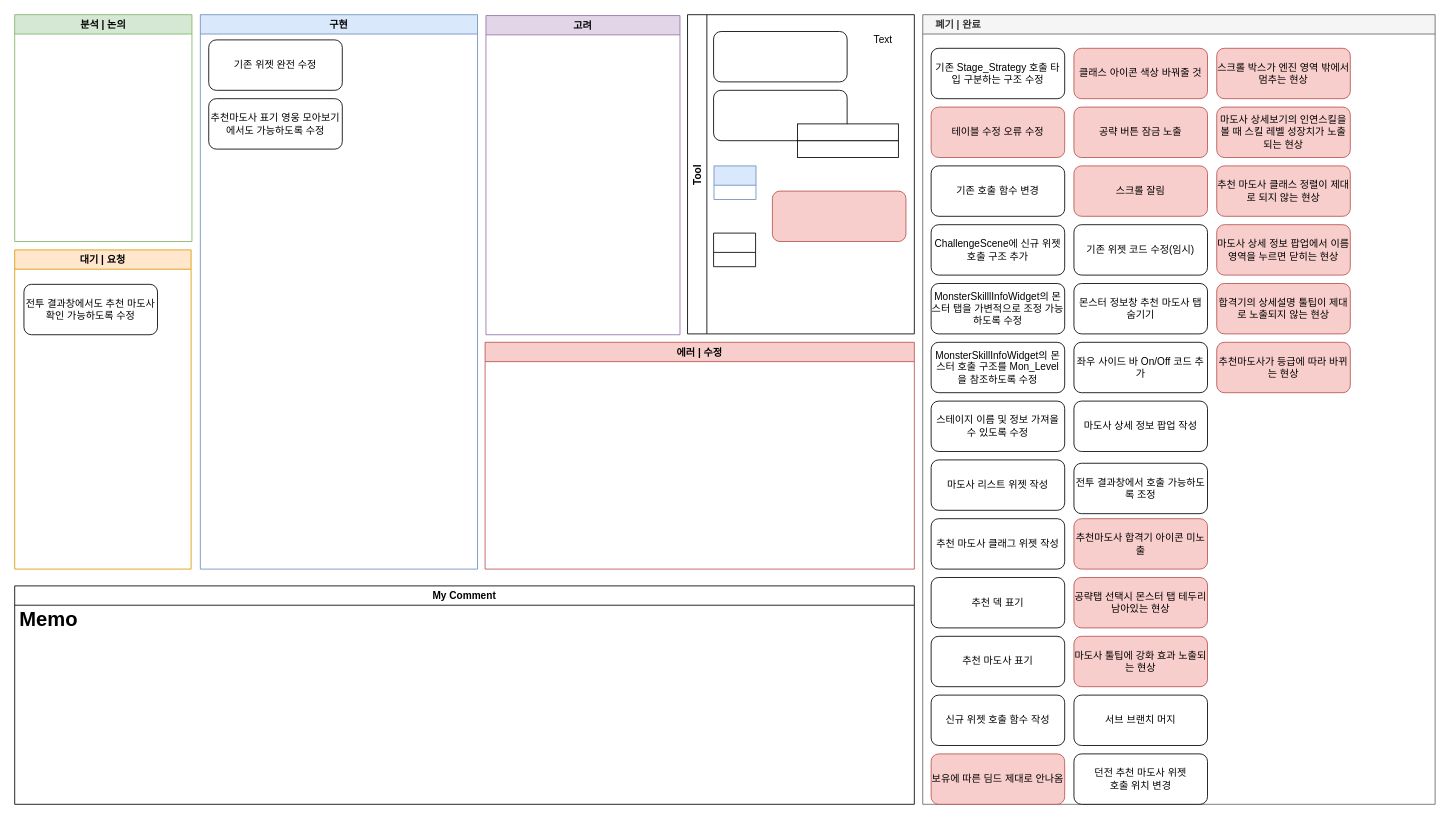
This is 던전 추천 마도사 진행상황.drawio from Endorr/Job-Board, a draw.io file, before an edit. Source tidied: cells renumbered, new cells numbered last; positions are measured from the earlier drawing's top-left corner, leaving out a move shared by most shapes. Both pictures are drawn from the tidied source at 84%, with x=0, y=0 at pixel (14, 14).
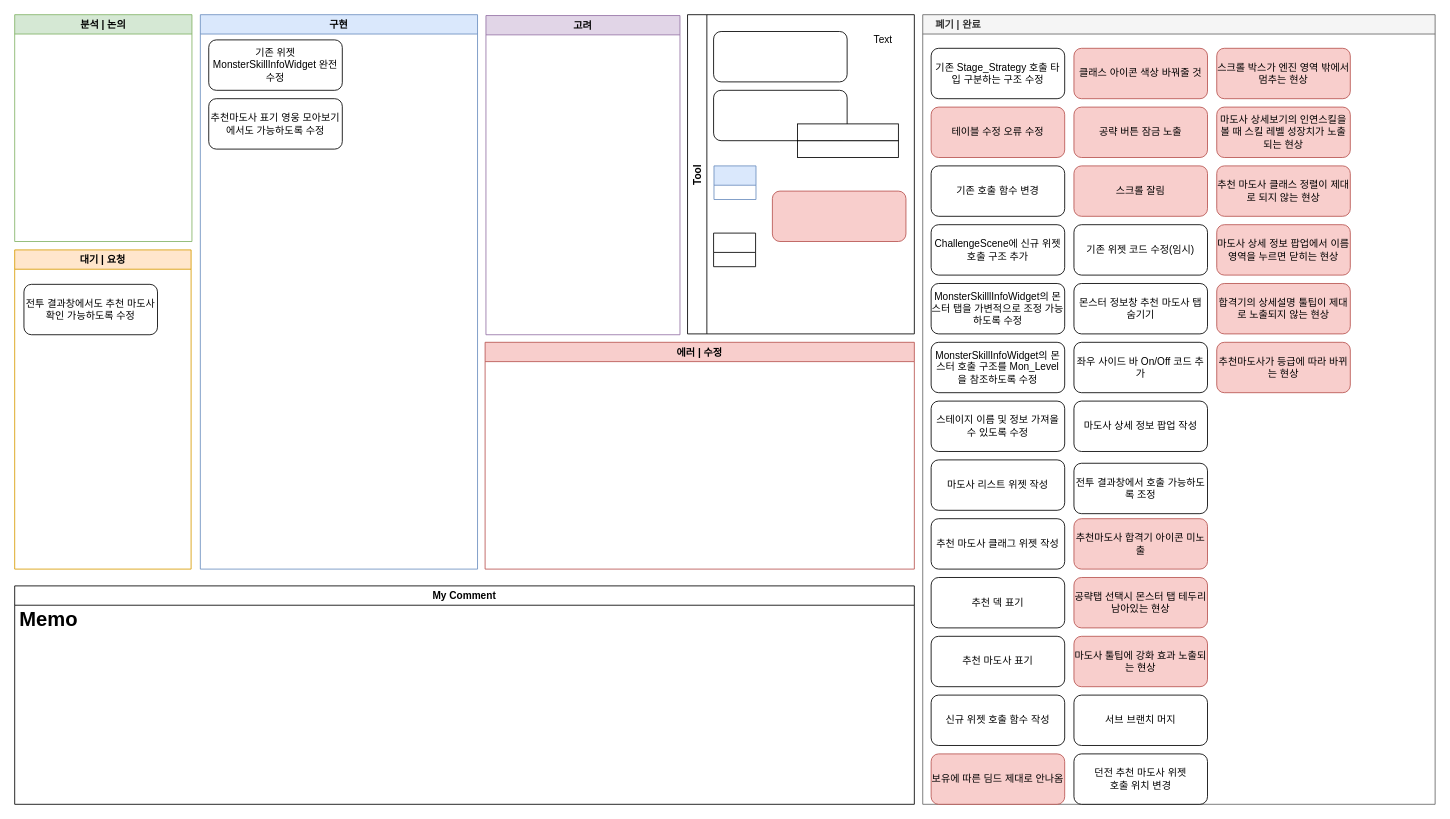
The same page after the edit.

Commit message:
던전 추천 마도사 진행상황.drawio 업데이트

Unchanged cells that the change refers to:
```xml
<mxCell id="2" value="구현" style="swimlane;fillColor=#dae8fc;strokeColor=#6c8ebf;" parent="1" vertex="1">
  <mxGeometry x="221" width="330" height="660" as="geometry" />
</mxCell>
```

The edit, as a diff of the source:
```diff
@@
-    <mxCell id="5" value="기존 위젯 완전 수정" style="rounded=1;whiteSpace=wrap;html=1;" parent="2" vertex="1">
+    <mxCell id="5" value="기존 위젯 MonsterSkillInfoWidget 완전 수정" style="rounded=1;whiteSpace=wrap;html=1;" parent="2" vertex="1">
       <mxGeometry x="10" y="30" width="159" height="60" as="geometry" />
     </mxCell>
```
